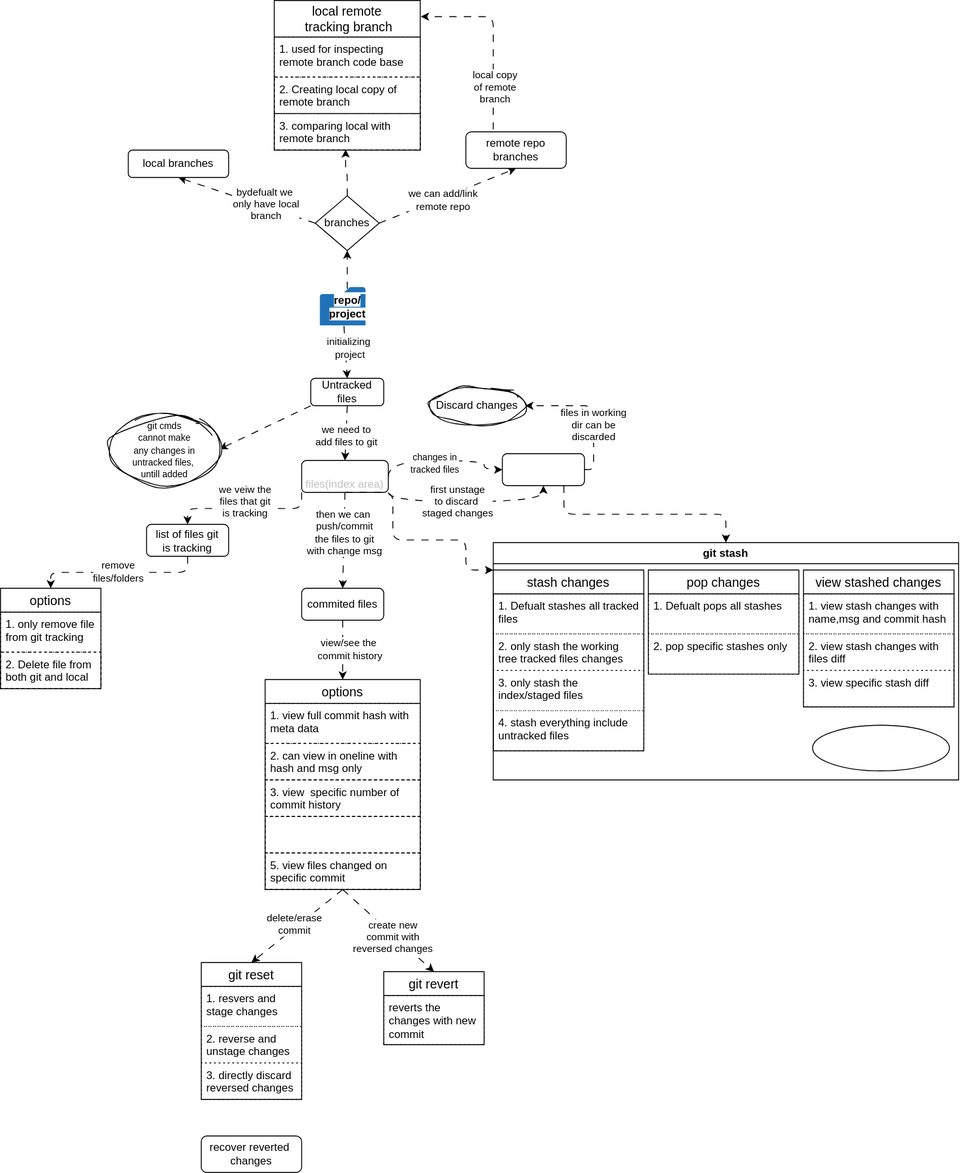
Above: git/git.svg in knkrn5/Programming-Concepts (draw.io), before the change. Source tidied: cells renumbered, new cells last; positions are measured from the earlier drawing's top-left corner, leaving out a move shared by most shapes.
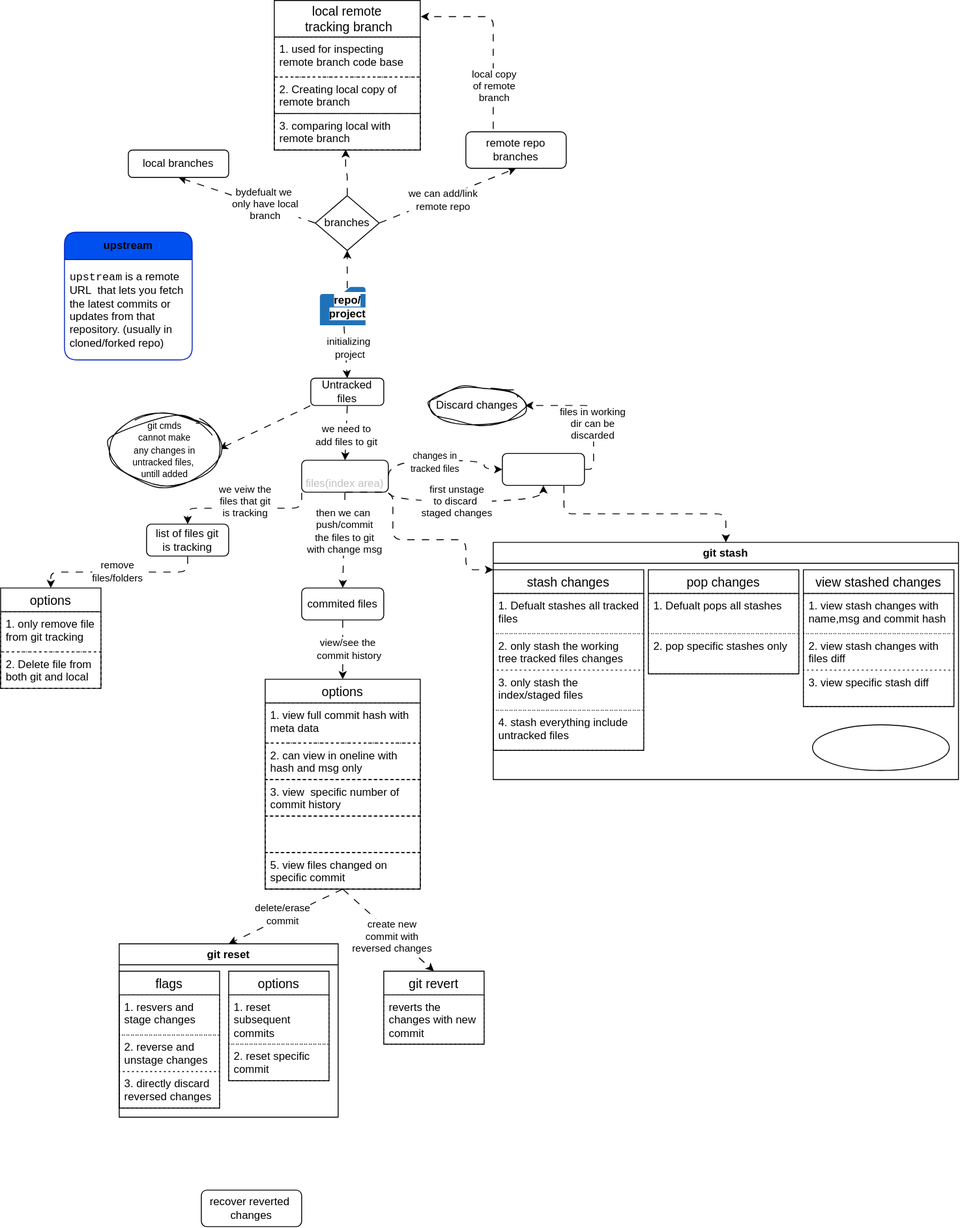
The same diagram one commit later.

Commit message:
Implement code changes to enhance functionality and improve performance

Diff of the diagram source:
```diff
@@ -76,7 +76,7 @@
     <mxCell id="21" style="edgeStyle=orthogonalEdgeStyle;html=1;exitX=0.75;exitY=1;exitDx=0;exitDy=0;entryX=0.5;entryY=0;entryDx=0;entryDy=0;flowAnimation=1;" parent="1" edge="1" source="22" target="67">
       <mxGeometry relative="1" as="geometry" />
     </mxCell>
-    <mxCell id="22" value="&lt;span style=&quot;font-family: Helvetica; font-size: 12px; font-style: normal; font-variant-ligatures: normal; font-variant-caps: normal; font-weight: 400; letter-spacing: normal; orphans: 2; text-align: center; text-indent: 0px; text-transform: none; widows: 2; word-spacing: 0px; -webkit-text-stroke-width: 0px; white-space: normal; text-decoration-thickness: initial; text-decoration-style: initial; text-decoration-color: initial; float: none; display: inline !important;&quot;&gt;&lt;font style=&quot;color: light-dark(rgb(255, 255, 255), rgb(255, 255, 255));&quot;&gt;modified files&lt;/font&gt;&lt;/span&gt;" style="rounded=1;whiteSpace=wrap;html=1;verticalAlign=middle;" parent="1" vertex="1">
+    <mxCell id="22" value="&lt;span style=&quot;font-family: Helvetica; font-size: 12px; font-style: normal; font-variant-ligatures: normal; font-variant-caps: normal; font-weight: 400; letter-spacing: normal; orphans: 2; text-align: center; text-indent: 0px; text-transform: none; widows: 2; word-spacing: 0px; -webkit-text-stroke-width: 0px; white-space: normal; text-decoration-thickness: initial; text-decoration-style: initial; text-decoration-color: initial; float: none; display: inline !important;&quot;&gt;&lt;font style=&quot;color: light-dark(rgb(255, 255, 255), rgb(255, 255, 255));&quot;&gt;modified files/&lt;/font&gt;&lt;/span&gt;&lt;div&gt;&lt;span style=&quot;font-family: Helvetica; font-size: 12px; font-style: normal; font-variant-ligatures: normal; font-variant-caps: normal; font-weight: 400; letter-spacing: normal; orphans: 2; text-align: center; text-indent: 0px; text-transform: none; widows: 2; word-spacing: 0px; -webkit-text-stroke-width: 0px; white-space: normal; text-decoration-thickness: initial; text-decoration-style: initial; text-decoration-color: initial; float: none; display: inline !important;&quot;&gt;&lt;font style=&quot;color: light-dark(rgb(255, 255, 255), rgb(255, 255, 255));&quot;&gt;working tree&lt;/font&gt;&lt;/span&gt;&lt;/div&gt;" style="rounded=1;whiteSpace=wrap;html=1;verticalAlign=middle;" parent="1" vertex="1">
       <mxGeometry x="550" y="496.5" width="90" height="35" as="geometry" />
     </mxCell>
     <mxCell id="23" style="group;" parent="1" vertex="1">
@@ -121,7 +121,7 @@
     <mxCell id="36" value="3. comparing local with remote branch" style="text;strokeColor=default;fillColor=none;spacingLeft=4;spacingRight=4;overflow=hidden;points=[[0,0.5],[1,0.5]];portConstraint=eastwest;fontSize=12;whiteSpace=wrap;html=1;dashed=1;" parent="33" vertex="1">
       <mxGeometry y="124" width="160" height="40" as="geometry" />
     </mxCell>
-    <mxCell id="37" style="edgeStyle=none;html=1;exitX=0.5;exitY=1;exitDx=0;exitDy=0;entryX=0.5;entryY=0;entryDx=0;entryDy=0;flowAnimation=1;" parent="1" edge="1" source="41" target="59">
+    <mxCell id="37" style="edgeStyle=none;html=1;exitX=0.5;exitY=1;exitDx=0;exitDy=0;flowAnimation=1;entryX=0.5;entryY=0;entryDx=0;entryDy=0;" parent="1" edge="1" source="41" target="59">
       <mxGeometry relative="1" as="geometry" />
     </mxCell>
     <mxCell id="38" value="delete/erase&lt;div&gt;commit&lt;/div&gt;" style="edgeLabel;html=1;align=center;verticalAlign=middle;" parent="37" vertex="1">
@@ -195,18 +195,6 @@
     <mxCell id="58" value="Discard changes" style="ellipse;whiteSpace=wrap;html=1;sketch=1;curveFitting=1;jiggle=2;" parent="1" vertex="1">
       <mxGeometry x="470" y="424" width="105" height="40" as="geometry" />
     </mxCell>
-    <mxCell id="59" value="git reset" style="swimlane;fontStyle=0;horizontal=1;startSize=26;align=center;fontSize=14;" parent="1" vertex="1">
-      <mxGeometry x="220" y="1054" width="110" height="150" as="geometry" />
-    </mxCell>
-    <mxCell id="60" value="1. resvers and stage changes" style="text;strokeColor=default;fillColor=none;spacingLeft=4;spacingRight=4;overflow=hidden;fontSize=12;whiteSpace=wrap;html=1;dashed=1;dashPattern=1 4;" parent="59" vertex="1">
-      <mxGeometry y="26" width="110" height="44" as="geometry" />
-    </mxCell>
-    <mxCell id="61" value="2. reverse and unstage changes" style="text;strokeColor=default;fillColor=none;spacingLeft=4;spacingRight=4;overflow=hidden;fontSize=12;whiteSpace=wrap;html=1;dashed=1;dashPattern=1 4;" parent="59" vertex="1">
-      <mxGeometry y="70" width="110" height="40" as="geometry" />
-    </mxCell>
-    <mxCell id="62" value="3. directly discard reversed changes" style="text;strokeColor=default;fillColor=none;spacingLeft=4;spacingRight=4;overflow=hidden;fontSize=12;whiteSpace=wrap;html=1;dashed=1;dashPattern=1 4;" parent="59" vertex="1">
-      <mxGeometry y="110" width="110" height="40" as="geometry" />
-    </mxCell>
     <mxCell id="63" value="git revert" style="swimlane;fontStyle=0;horizontal=1;startSize=26;align=center;fontSize=14;" parent="1" vertex="1">
       <mxGeometry x="420" y="1064" width="110" height="80" as="geometry" />
     </mxCell>
@@ -214,7 +202,7 @@
       <mxGeometry y="26" width="110" height="54" as="geometry" />
     </mxCell>
     <mxCell id="65" value="recover reverted&amp;nbsp;&lt;div&gt;changes&lt;/div&gt;" style="rounded=1;whiteSpace=wrap;html=1;" parent="1" vertex="1">
-      <mxGeometry x="220" y="1244" width="110" height="40" as="geometry" />
+      <mxGeometry x="220" y="1304" width="110" height="40" as="geometry" />
     </mxCell>
     <mxCell id="66" style="html=1;exitX=0.5;exitY=1;exitDx=0;exitDy=0;edgeStyle=orthogonalEdgeStyle;flowAnimation=1;" parent="1" edge="1" source="14">
       <mxGeometry relative="1" as="geometry">
@@ -269,5 +257,35 @@
     <mxCell id="80" value="&lt;span style=&quot;text-align: left;&quot;&gt;&lt;font style=&quot;color: light-dark(rgb(255, 255, 255), rgb(255, 255, 255));&quot;&gt;merge the stashed changes with any branch&lt;/font&gt;&lt;/span&gt;" style="ellipse;whiteSpace=wrap;html=1;" parent="67" vertex="1">
       <mxGeometry x="350" y="200" width="150" height="50" as="geometry" />
     </mxCell>
+    <mxCell id="59" value="git reset" style="swimlane;whiteSpace=wrap;html=1;" parent="1" vertex="1">
+      <mxGeometry x="130" y="1034" width="240" height="190" as="geometry" />
+    </mxCell>
+    <mxCell id="81" value="flags" style="swimlane;fontStyle=0;horizontal=1;startSize=26;align=center;fontSize=14;" parent="59" vertex="1">
+      <mxGeometry y="30" width="110" height="150" as="geometry" />
+    </mxCell>
+    <mxCell id="60" value="1. resvers and stage changes" style="text;strokeColor=default;fillColor=none;spacingLeft=4;spacingRight=4;overflow=hidden;fontSize=12;whiteSpace=wrap;html=1;dashed=1;dashPattern=1 4;" parent="81" vertex="1">
+      <mxGeometry y="26" width="110" height="44" as="geometry" />
+    </mxCell>
+    <mxCell id="61" value="2. reverse and unstage changes" style="text;strokeColor=default;fillColor=none;spacingLeft=4;spacingRight=4;overflow=hidden;fontSize=12;whiteSpace=wrap;html=1;dashed=1;dashPattern=1 4;" parent="81" vertex="1">
+      <mxGeometry y="70" width="110" height="40" as="geometry" />
+    </mxCell>
+    <mxCell id="62" value="3. directly discard reversed changes" style="text;strokeColor=default;fillColor=none;spacingLeft=4;spacingRight=4;overflow=hidden;fontSize=12;whiteSpace=wrap;html=1;dashed=1;dashPattern=1 4;" parent="81" vertex="1">
+      <mxGeometry y="110" width="110" height="40" as="geometry" />
+    </mxCell>
+    <mxCell id="82" value="options" style="swimlane;fontStyle=0;horizontal=1;startSize=26;align=center;fontSize=14;" parent="59" vertex="1">
+      <mxGeometry x="120" y="30" width="110" height="120" as="geometry" />
+    </mxCell>
+    <mxCell id="83" value="1. reset subsequent commits" style="text;strokeColor=default;fillColor=none;spacingLeft=4;spacingRight=4;overflow=hidden;fontSize=12;whiteSpace=wrap;html=1;dashed=1;dashPattern=1 4;" parent="82" vertex="1">
+      <mxGeometry y="26" width="110" height="54" as="geometry" />
+    </mxCell>
+    <mxCell id="84" value="2. reset specific commit" style="text;strokeColor=default;fillColor=none;spacingLeft=4;spacingRight=4;overflow=hidden;fontSize=12;whiteSpace=wrap;html=1;dashed=1;dashPattern=1 4;" parent="82" vertex="1">
+      <mxGeometry y="80" width="110" height="40" as="geometry" />
+    </mxCell>
+    <mxCell id="85" value="&lt;b&gt;&lt;font style=&quot;color: light-dark(rgb(0, 0, 0), rgb(0, 0, 0));&quot;&gt;upstream&lt;/font&gt;&lt;/b&gt;" style="swimlane;fontStyle=0;horizontal=1;startSize=30;whiteSpace=wrap;html=1;fillColor=#0050ef;fontColor=#ffffff;strokeColor=#001DBC;rounded=1;" parent="1" vertex="1">
+      <mxGeometry x="70" y="254" width="140" height="140" as="geometry" />
+    </mxCell>
+    <mxCell id="86" value="&lt;code&gt;upstream&lt;/code&gt; is a remote URL&amp;nbsp; that lets you fetch the latest commits or updates from that repository. (usually in cloned/forked repo)" style="text;strokeColor=none;fillColor=none;align=left;verticalAlign=middle;spacingLeft=4;spacingRight=4;overflow=hidden;whiteSpace=wrap;html=1;" parent="85" vertex="1">
+      <mxGeometry y="30" width="140" height="110" as="geometry" />
+    </mxCell>
   </root>
 </mxGraphModel>
```
